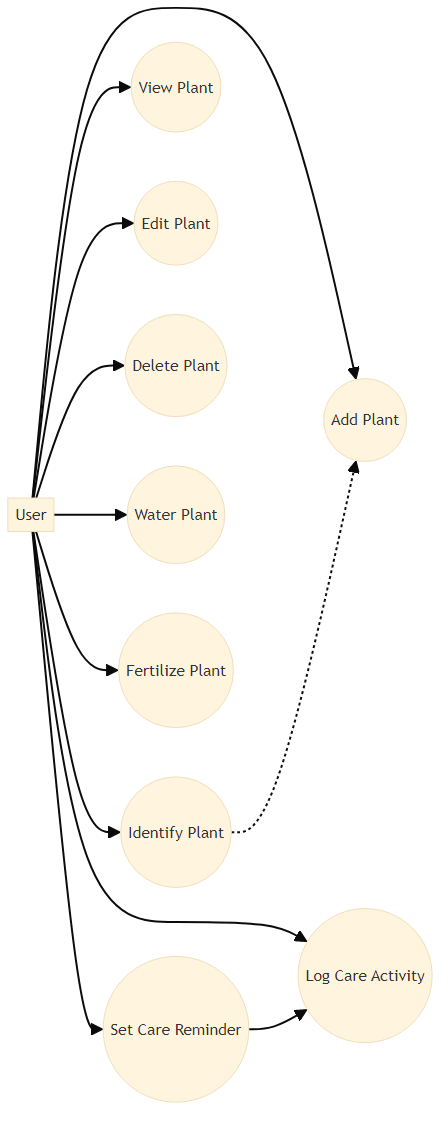
Before: Frontend/diagrams/usecase-plant-management.png, a diagram exported from Mermaid (SoftwareError54/Urban-Botany). Its source is kept beside it as Frontend/diagrams/usecase-plant-management.mmd.
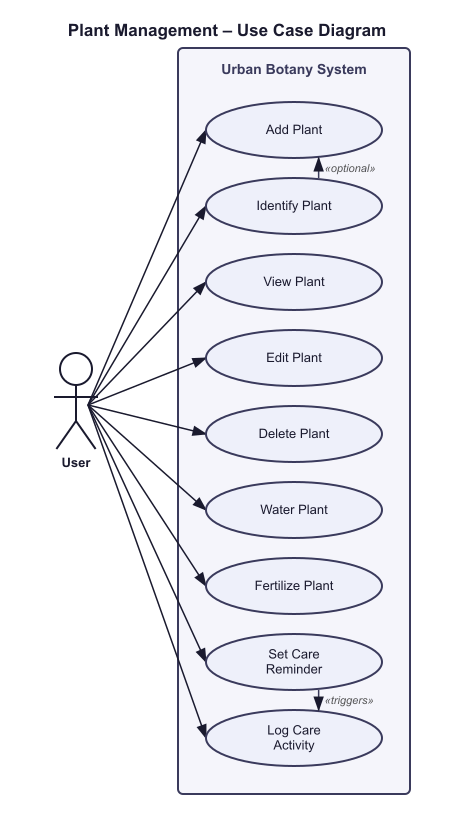
The same diagram one commit later.

What changed in the source:
```diff
@@ -1,25 +1,26 @@
 %%{init:{'theme':'base'}}%%
-flowchart LR
-  User[User]
-  UC_AddPlant((Add Plant))
-  UC_Identify((Identify Plant))
-  UC_View((View Plant))
-  UC_Edit((Edit Plant))
-  UC_Delete((Delete Plant))
-  UC_Water((Water Plant))
-  UC_Fertilize((Fertilize Plant))
-  UC_SetReminder((Set Care Reminder))
-  UC_Log((Log Care Activity))
+usecaseDiagram
+  actor User
+  rectangle "Urban Botany System" {
+    (Add Plant)
+    (Identify Plant)
+    (View Plant)
+    (Edit Plant)
+    (Delete Plant)
+    (Water Plant)
+    (Fertilize Plant)
+    (Set Care Reminder)
+    (Log Care Activity)
+  }
+  User --> (Add Plant)
+  User --> (Identify Plant)
+  User --> (View Plant)
+  User --> (Edit Plant)
+  User --> (Delete Plant)
+  User --> (Water Plant)
+  User --> (Fertilize Plant)
+  User --> (Set Care Reminder)
+  User --> (Log Care Activity)
 
-  User --> UC_AddPlant
-  User --> UC_Identify
-  User --> UC_View
-  User --> UC_Edit
-  User --> UC_Delete
-  User --> UC_Water
-  User --> UC_Fertilize
-  User --> UC_SetReminder
-  User --> UC_Log
-
-  UC_Identify -.-> UC_AddPlant
-  UC_SetReminder --> UC_Log
+  (Identify Plant) ..> (Add Plant) : optional
+  (Set Care Reminder) .> (Log Care Activity) : triggers
```
